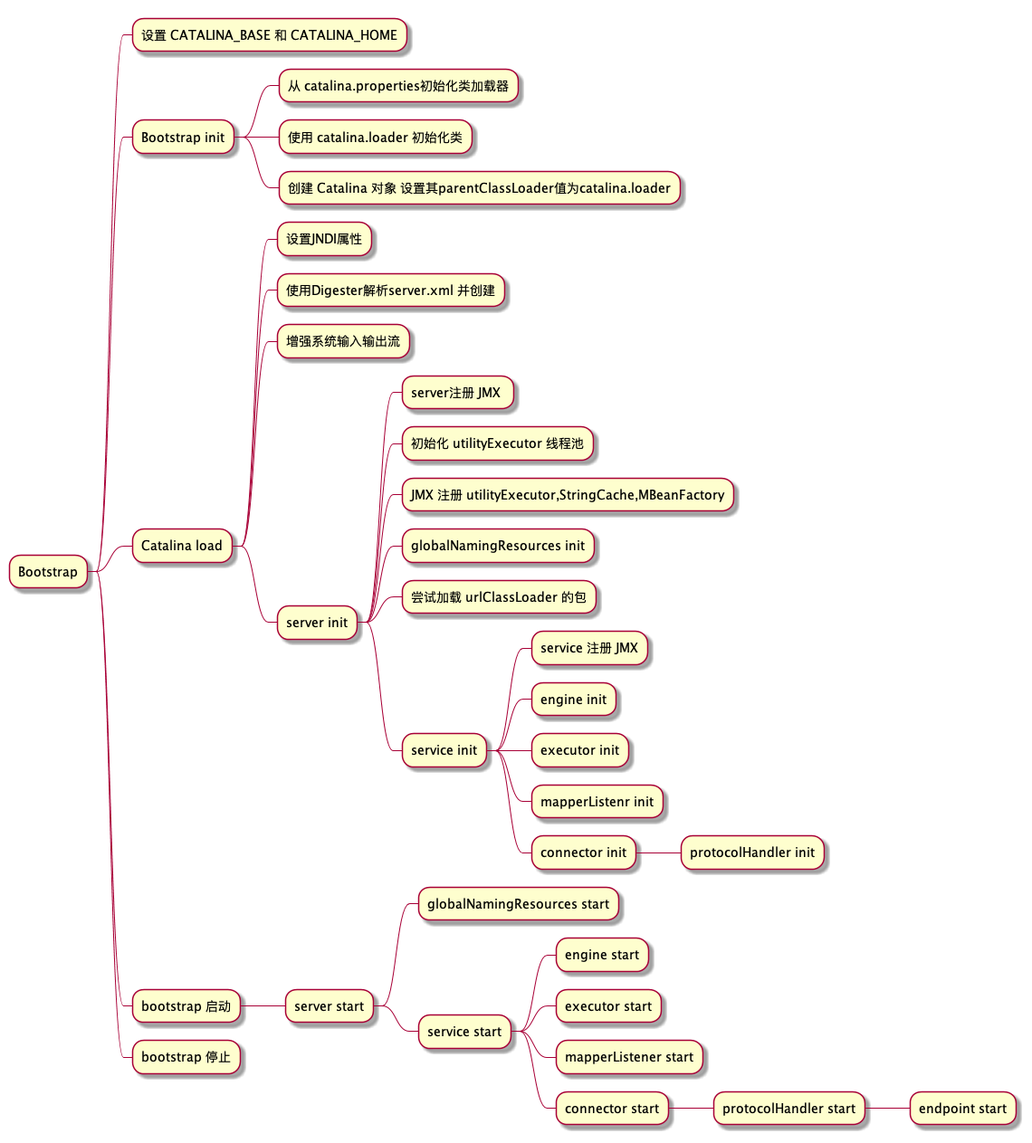
huyiyu/md keeps this PlantUML diagram as tomcat/tomcat1.png. Above is the earlier version. Its diagram source:
```plantuml
@startmindmap
* Bootstrap
** 设置 CATALINA_BASE 和 CATALINA_HOME
**  Bootstrap init
*** 从 catalina.properties初始化类加载器
*** 使用 catalina.loader 初始化类
*** 创建 Catalina 对象 设置其parentClassLoader值为catalina.loader
**  Catalina load
*** 设置JNDI属性
*** 使用Digester解析server.xml 并创建
*** 增强系统输入输出流
*** server init
**** server注册 JMX
**** 初始化 utilityExecutor 线程池
**** JMX 注册 utilityExecutor,StringCache,MBeanFactory
**** globalNamingResources init
**** 尝试加载 urlClassLoader 的包
**** service init
***** service 注册 JMX
***** engine init
***** executor init
***** mapperListenr init
***** connector init
****** protocolHandler init
** bootstrap 启动
*** server start
**** globalNamingResources start
**** service start
***** engine start
***** executor start
***** mapperListener start
***** connector start
****** protocolHandler start
******* endpoint start
** bootstrap 停止
@endmindmap
```
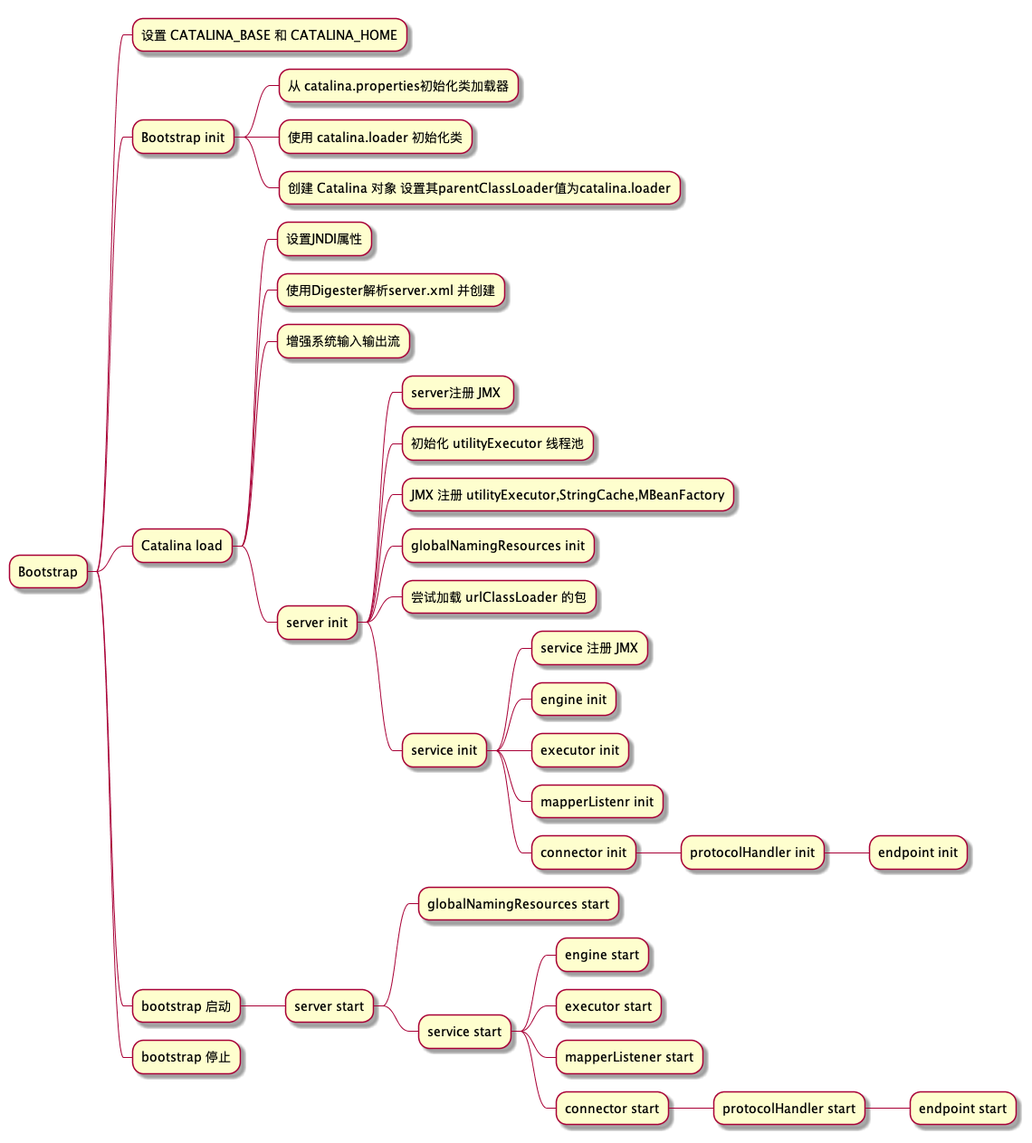
Above is the later version.

Diff of the diagram source:
```diff
@@ -22,6 +22,7 @@
 ***** mapperListenr init
 ***** connector init
 ****** protocolHandler init
+******* endpoint init
 ** bootstrap 启动
 *** server start
 **** globalNamingResources start
```
